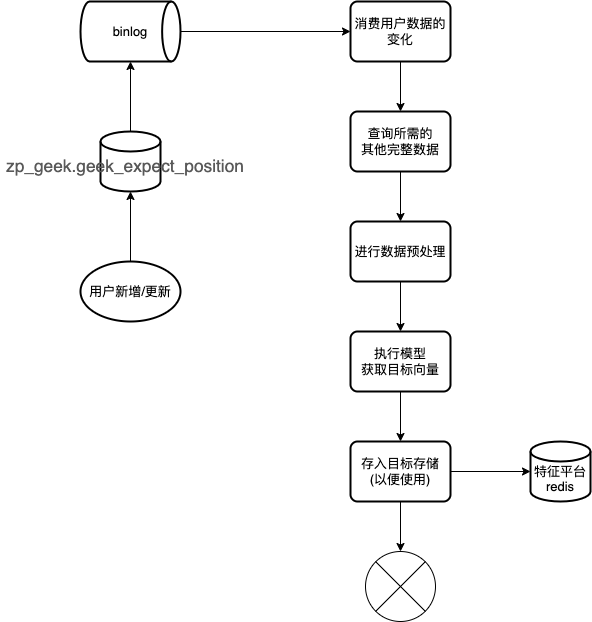
Above: work-draw-file/minicv.png in liujunao/draw-data (draw.io), before the change. Source tidied: cells renumbered, new cells last; positions are measured from the earlier drawing's top-left corner, leaving out a move shared by most shapes. Its diagram source:
```xml
<mxGraphModel>
  <root>
    <mxCell id="0" />
    <mxCell id="1" parent="0" />
    <mxCell id="2" style="edgeStyle=orthogonalEdgeStyle;rounded=0;jettySize=auto;html=1;exitX=1;exitY=0.5;exitDx=0;exitDy=0;" parent="1" edge="1" source="4" target="21">
      <mxGeometry relative="1" as="geometry" />
    </mxCell>
    <mxCell id="3" style="edgeStyle=orthogonalEdgeStyle;rounded=0;jettySize=auto;html=1;exitX=0.5;exitY=1;exitDx=0;exitDy=0;entryX=0.5;entryY=0;entryDx=0;entryDy=0;entryPerimeter=0;" parent="1" edge="1" source="4" target="22">
      <mxGeometry relative="1" as="geometry" />
    </mxCell>
    <mxCell id="4" value="存入目标存储&lt;br&gt;(以便使用)" style="rounded=1;whiteSpace=wrap;html=1;absoluteArcSize=1;arcSize=14;strokeWidth=2;" parent="1" vertex="1">
      <mxGeometry x="350" y="440" width="100" height="60" as="geometry" />
    </mxCell>
    <mxCell id="5" style="edgeStyle=orthogonalEdgeStyle;rounded=0;jettySize=auto;html=1;exitX=0.5;exitY=1;exitDx=0;exitDy=0;" parent="1" edge="1" source="6" target="4">
      <mxGeometry relative="1" as="geometry" />
    </mxCell>
    <mxCell id="6" value="执行模型&lt;br&gt;获取目标向量" style="rounded=1;whiteSpace=wrap;html=1;absoluteArcSize=1;arcSize=14;strokeWidth=2;" parent="1" vertex="1">
      <mxGeometry x="350" y="330" width="100" height="60" as="geometry" />
    </mxCell>
    <mxCell id="7" style="edgeStyle=orthogonalEdgeStyle;rounded=0;jettySize=auto;html=1;exitX=0.5;exitY=1;exitDx=0;exitDy=0;" parent="1" edge="1" source="8" target="6">
      <mxGeometry relative="1" as="geometry" />
    </mxCell>
    <mxCell id="8" value="进行数据预处理" style="rounded=1;whiteSpace=wrap;html=1;absoluteArcSize=1;arcSize=14;strokeWidth=2;" parent="1" vertex="1">
      <mxGeometry x="350" y="220" width="100" height="60" as="geometry" />
    </mxCell>
    <mxCell id="9" style="edgeStyle=orthogonalEdgeStyle;rounded=0;jettySize=auto;html=1;exitX=0.5;exitY=1;exitDx=0;exitDy=0;entryX=0.5;entryY=0;entryDx=0;entryDy=0;" parent="1" edge="1" source="10" target="8">
      <mxGeometry relative="1" as="geometry" />
    </mxCell>
    <mxCell id="10" value="查询所需的&lt;br&gt;其他完整数据" style="rounded=1;whiteSpace=wrap;html=1;absoluteArcSize=1;arcSize=14;strokeWidth=2;" parent="1" vertex="1">
      <mxGeometry x="350" y="110" width="100" height="60" as="geometry" />
    </mxCell>
    <mxCell id="11" style="edgeStyle=orthogonalEdgeStyle;rounded=0;jettySize=auto;html=1;exitX=0.5;exitY=1;exitDx=0;exitDy=0;" parent="1" edge="1" source="12" target="10">
      <mxGeometry relative="1" as="geometry" />
    </mxCell>
    <mxCell id="12" value="消费用户数据的变化" style="rounded=1;whiteSpace=wrap;html=1;absoluteArcSize=1;arcSize=14;strokeWidth=2;" parent="1" vertex="1">
      <mxGeometry x="350" width="100" height="60" as="geometry" />
    </mxCell>
    <mxCell id="13" style="edgeStyle=orthogonalEdgeStyle;rounded=0;jettySize=auto;html=1;exitX=0.5;exitY=0;exitDx=0;exitDy=0;exitPerimeter=0;entryX=0.5;entryY=1;entryDx=0;entryDy=0;entryPerimeter=0;" parent="1" edge="1" source="14" target="18">
      <mxGeometry relative="1" as="geometry" />
    </mxCell>
    <mxCell id="14" style="strokeWidth=2;html=1;shape=mxgraph.flowchart.database;whiteSpace=wrap;" parent="1" vertex="1">
      <mxGeometry x="100" y="130" width="60" height="60" as="geometry" />
    </mxCell>
    <mxCell id="15" style="edgeStyle=orthogonalEdgeStyle;rounded=0;jettySize=auto;html=1;exitX=0.5;exitY=0;exitDx=0;exitDy=0;exitPerimeter=0;entryX=0.5;entryY=1;entryDx=0;entryDy=0;entryPerimeter=0;" parent="1" edge="1" source="16" target="14">
      <mxGeometry relative="1" as="geometry" />
    </mxCell>
    <mxCell id="16" value="用户新增/更新" style="strokeWidth=2;html=1;shape=mxgraph.flowchart.start_1;whiteSpace=wrap;" parent="1" vertex="1">
      <mxGeometry x="80" y="260" width="100" height="60" as="geometry" />
    </mxCell>
    <mxCell id="17" style="edgeStyle=orthogonalEdgeStyle;rounded=0;jettySize=auto;html=1;exitX=1;exitY=0.5;exitDx=0;exitDy=0;exitPerimeter=0;" parent="1" edge="1" source="18" target="12">
      <mxGeometry relative="1" as="geometry" />
    </mxCell>
    <mxCell id="18" value="binlog" style="strokeWidth=2;html=1;shape=mxgraph.flowchart.direct_data;whiteSpace=wrap;" parent="1" vertex="1">
      <mxGeometry x="80" width="100" height="60" as="geometry" />
    </mxCell>
    <mxCell id="19" value="&lt;span&gt;&lt;div style=&quot;font-size: 13pt;&quot; class=&quot;ql-long-6002592&quot;&gt;&lt;span style=&quot;color: rgb(89, 89, 89);color: #595959;&quot; class=&quot;ql-author-6002592&quot;&gt;zp_geek.geek_expect_position&lt;/span&gt;&lt;/div&gt;&lt;/span&gt;" style="text;html=1;strokeColor=none;fillColor=none;align=center;verticalAlign=middle;whiteSpace=wrap;rounded=0;" parent="1" vertex="1">
      <mxGeometry y="150" width="250" height="30" as="geometry" />
    </mxCell>
    <mxCell id="20" style="edgeStyle=orthogonalEdgeStyle;rounded=0;orthogonalLoop=1;jettySize=auto;html=1;exitX=0.5;exitY=1;exitDx=0;exitDy=0;" parent="1" edge="1" source="12" target="12">
      <mxGeometry relative="1" as="geometry" />
    </mxCell>
    <mxCell id="21" value="&lt;br&gt;特征平台&lt;br&gt;redis" style="strokeWidth=2;html=1;shape=mxgraph.flowchart.database;whiteSpace=wrap;" parent="1" vertex="1">
      <mxGeometry x="530" y="440" width="60" height="60" as="geometry" />
    </mxCell>
    <mxCell id="22" style="verticalLabelPosition=bottom;verticalAlign=top;html=1;shape=mxgraph.flowchart.or;" parent="1" vertex="1">
      <mxGeometry x="365" y="550" width="70" height="70" as="geometry" />
    </mxCell>
  </root>
</mxGraphModel>
```
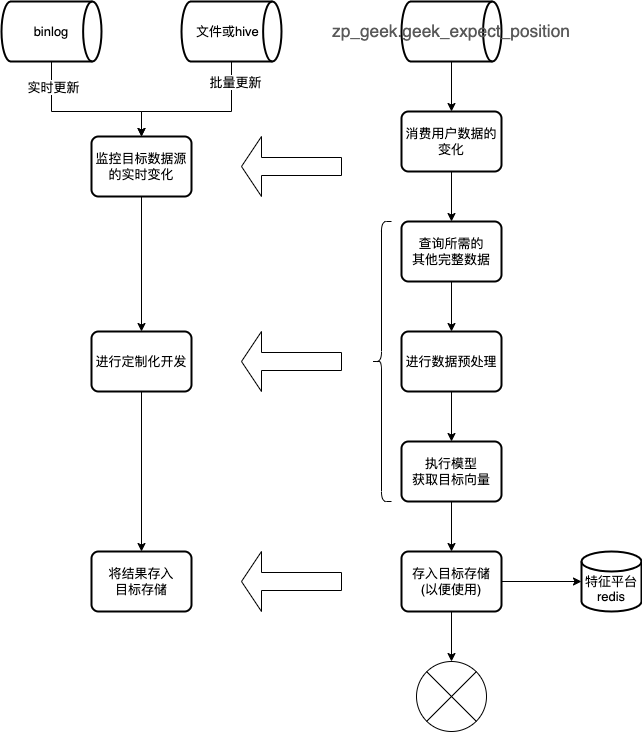
Above is the later version.

The edit, as a diff of the source:
```diff
@@ -35,27 +35,12 @@
     <mxCell id="12" value="消费用户数据的变化" style="rounded=1;whiteSpace=wrap;html=1;absoluteArcSize=1;arcSize=14;strokeWidth=2;" parent="1" vertex="1">
       <mxGeometry x="350" width="100" height="60" as="geometry" />
     </mxCell>
-    <mxCell id="13" style="edgeStyle=orthogonalEdgeStyle;rounded=0;jettySize=auto;html=1;exitX=0.5;exitY=0;exitDx=0;exitDy=0;exitPerimeter=0;entryX=0.5;entryY=1;entryDx=0;entryDy=0;entryPerimeter=0;" parent="1" edge="1" source="14" target="18">
-      <mxGeometry relative="1" as="geometry" />
-    </mxCell>
-    <mxCell id="14" style="strokeWidth=2;html=1;shape=mxgraph.flowchart.database;whiteSpace=wrap;" parent="1" vertex="1">
-      <mxGeometry x="100" y="130" width="60" height="60" as="geometry" />
-    </mxCell>
-    <mxCell id="15" style="edgeStyle=orthogonalEdgeStyle;rounded=0;jettySize=auto;html=1;exitX=0.5;exitY=0;exitDx=0;exitDy=0;exitPerimeter=0;entryX=0.5;entryY=1;entryDx=0;entryDy=0;entryPerimeter=0;" parent="1" edge="1" source="16" target="14">
-      <mxGeometry relative="1" as="geometry" />
-    </mxCell>
-    <mxCell id="16" value="用户新增/更新" style="strokeWidth=2;html=1;shape=mxgraph.flowchart.start_1;whiteSpace=wrap;" parent="1" vertex="1">
-      <mxGeometry x="80" y="260" width="100" height="60" as="geometry" />
-    </mxCell>
-    <mxCell id="17" style="edgeStyle=orthogonalEdgeStyle;rounded=0;jettySize=auto;html=1;exitX=1;exitY=0.5;exitDx=0;exitDy=0;exitPerimeter=0;" parent="1" edge="1" source="18" target="12">
+    <mxCell id="17" style="edgeStyle=orthogonalEdgeStyle;rounded=0;jettySize=auto;html=1;exitX=0.5;exitY=1;exitDx=0;exitDy=0;exitPerimeter=0;entryX=0.5;entryY=0;entryDx=0;entryDy=0;" parent="1" edge="1" source="18" target="12">
       <mxGeometry relative="1" as="geometry" />
     </mxCell>
-    <mxCell id="18" value="binlog" style="strokeWidth=2;html=1;shape=mxgraph.flowchart.direct_data;whiteSpace=wrap;" parent="1" vertex="1">
-      <mxGeometry x="80" width="100" height="60" as="geometry" />
+    <mxCell id="18" value="&lt;span&gt;&lt;div style=&quot;font-size: 13pt;&quot; class=&quot;ql-long-6002592&quot;&gt;&lt;span style=&quot;color: rgb(89, 89, 89);color: #595959;&quot; class=&quot;ql-author-6002592&quot;&gt;zp_geek.geek_expect_position&lt;/span&gt;&lt;/div&gt;&lt;/span&gt;" style="strokeWidth=2;html=1;shape=mxgraph.flowchart.direct_data;whiteSpace=wrap;" parent="1" vertex="1">
+      <mxGeometry x="350" y="-110" width="100" height="60" as="geometry" />
     </mxCell>
-    <mxCell id="19" value="&lt;span&gt;&lt;div style=&quot;font-size: 13pt;&quot; class=&quot;ql-long-6002592&quot;&gt;&lt;span style=&quot;color: rgb(89, 89, 89);color: #595959;&quot; class=&quot;ql-author-6002592&quot;&gt;zp_geek.geek_expect_position&lt;/span&gt;&lt;/div&gt;&lt;/span&gt;" style="text;html=1;strokeColor=none;fillColor=none;align=center;verticalAlign=middle;whiteSpace=wrap;rounded=0;" parent="1" vertex="1">
-      <mxGeometry y="150" width="250" height="30" as="geometry" />
-    </mxCell>
     <mxCell id="20" style="edgeStyle=orthogonalEdgeStyle;rounded=0;orthogonalLoop=1;jettySize=auto;html=1;exitX=0.5;exitY=1;exitDx=0;exitDy=0;" parent="1" edge="1" source="12" target="12">
       <mxGeometry relative="1" as="geometry" />
     </mxCell>
@@ -65,5 +50,60 @@
     <mxCell id="22" style="verticalLabelPosition=bottom;verticalAlign=top;html=1;shape=mxgraph.flowchart.or;" parent="1" vertex="1">
       <mxGeometry x="365" y="550" width="70" height="70" as="geometry" />
     </mxCell>
+    <mxCell id="23" value="将结果存入&lt;br&gt;目标存储" style="rounded=1;whiteSpace=wrap;html=1;absoluteArcSize=1;arcSize=14;strokeWidth=2;" parent="1" vertex="1">
+      <mxGeometry x="40" y="440" width="100" height="60" as="geometry" />
+    </mxCell>
+    <mxCell id="24" style="edgeStyle=orthogonalEdgeStyle;rounded=0;jettySize=auto;html=1;exitX=0.5;exitY=1;exitDx=0;exitDy=0;" parent="1" edge="1" source="25" target="23">
+      <mxGeometry relative="1" as="geometry" />
+    </mxCell>
+    <mxCell id="25" value="进行定制化开发" style="rounded=1;whiteSpace=wrap;html=1;absoluteArcSize=1;arcSize=14;strokeWidth=2;" parent="1" vertex="1">
+      <mxGeometry x="40" y="220" width="100" height="60" as="geometry" />
+    </mxCell>
+    <mxCell id="26" style="edgeStyle=orthogonalEdgeStyle;rounded=0;jettySize=auto;html=1;exitX=0.5;exitY=1;exitDx=0;exitDy=0;" parent="1" edge="1" source="27" target="25">
+      <mxGeometry relative="1" as="geometry" />
+    </mxCell>
+    <mxCell id="27" value="监控目标数据源的实时变化" style="rounded=1;whiteSpace=wrap;html=1;absoluteArcSize=1;arcSize=14;strokeWidth=2;" parent="1" vertex="1">
+      <mxGeometry x="40" y="25" width="100" height="60" as="geometry" />
+    </mxCell>
+    <mxCell id="28" style="edgeStyle=orthogonalEdgeStyle;rounded=0;jettySize=auto;html=1;exitX=0.5;exitY=1;exitDx=0;exitDy=0;exitPerimeter=0;entryX=0.5;entryY=0;entryDx=0;entryDy=0;" parent="1" edge="1" source="30" target="27">
+      <mxGeometry relative="1" as="geometry">
+        <Array as="points">
+          <mxPoint />
+          <mxPoint x="90" />
+        </Array>
+      </mxGeometry>
+    </mxCell>
+    <mxCell id="29" value="实时更新" style="edgeLabel;html=1;align=center;verticalAlign=middle;" parent="28" vertex="1">
+      <mxGeometry x="-0.7" y="1" relative="1" as="geometry" />
+    </mxCell>
+    <mxCell id="30" value="binlog" style="strokeWidth=2;html=1;shape=mxgraph.flowchart.direct_data;whiteSpace=wrap;" parent="1" vertex="1">
+      <mxGeometry x="-50" y="-110" width="100" height="60" as="geometry" />
+    </mxCell>
+    <mxCell id="31" style="edgeStyle=orthogonalEdgeStyle;rounded=0;jettySize=auto;html=1;exitX=0.5;exitY=1;exitDx=0;exitDy=0;exitPerimeter=0;entryX=0.5;entryY=0;entryDx=0;entryDy=0;" parent="1" edge="1" source="33" target="27">
+      <mxGeometry relative="1" as="geometry">
+        <Array as="points">
+          <mxPoint x="180" />
+          <mxPoint x="90" />
+        </Array>
+      </mxGeometry>
+    </mxCell>
+    <mxCell id="32" value="批量更新" style="edgeLabel;html=1;align=center;verticalAlign=middle;" parent="31" vertex="1">
+      <mxGeometry x="-0.76" y="3" relative="1" as="geometry" />
+    </mxCell>
+    <mxCell id="33" value="文件或hive&amp;nbsp;&amp;nbsp;" style="strokeWidth=2;html=1;shape=mxgraph.flowchart.direct_data;whiteSpace=wrap;" parent="1" vertex="1">
+      <mxGeometry x="130" y="-110" width="100" height="60" as="geometry" />
+    </mxCell>
+    <mxCell id="34" style="shape=curlyBracket;whiteSpace=wrap;html=1;rounded=1;labelPosition=left;verticalLabelPosition=middle;align=right;verticalAlign=middle;" parent="1" vertex="1">
+      <mxGeometry x="320" y="110" width="20" height="280" as="geometry" />
+    </mxCell>
+    <mxCell id="35" style="shape=singleArrow;direction=west;whiteSpace=wrap;html=1;" parent="1" vertex="1">
+      <mxGeometry x="190" y="220" width="100" height="60" as="geometry" />
+    </mxCell>
+    <mxCell id="36" style="shape=singleArrow;direction=west;whiteSpace=wrap;html=1;" parent="1" vertex="1">
+      <mxGeometry x="190" y="25" width="100" height="60" as="geometry" />
+    </mxCell>
+    <mxCell id="37" style="shape=singleArrow;direction=west;whiteSpace=wrap;html=1;" parent="1" vertex="1">
+      <mxGeometry x="190" y="440" width="100" height="60" as="geometry" />
+    </mxCell>
   </root>
 </mxGraphModel>
```
